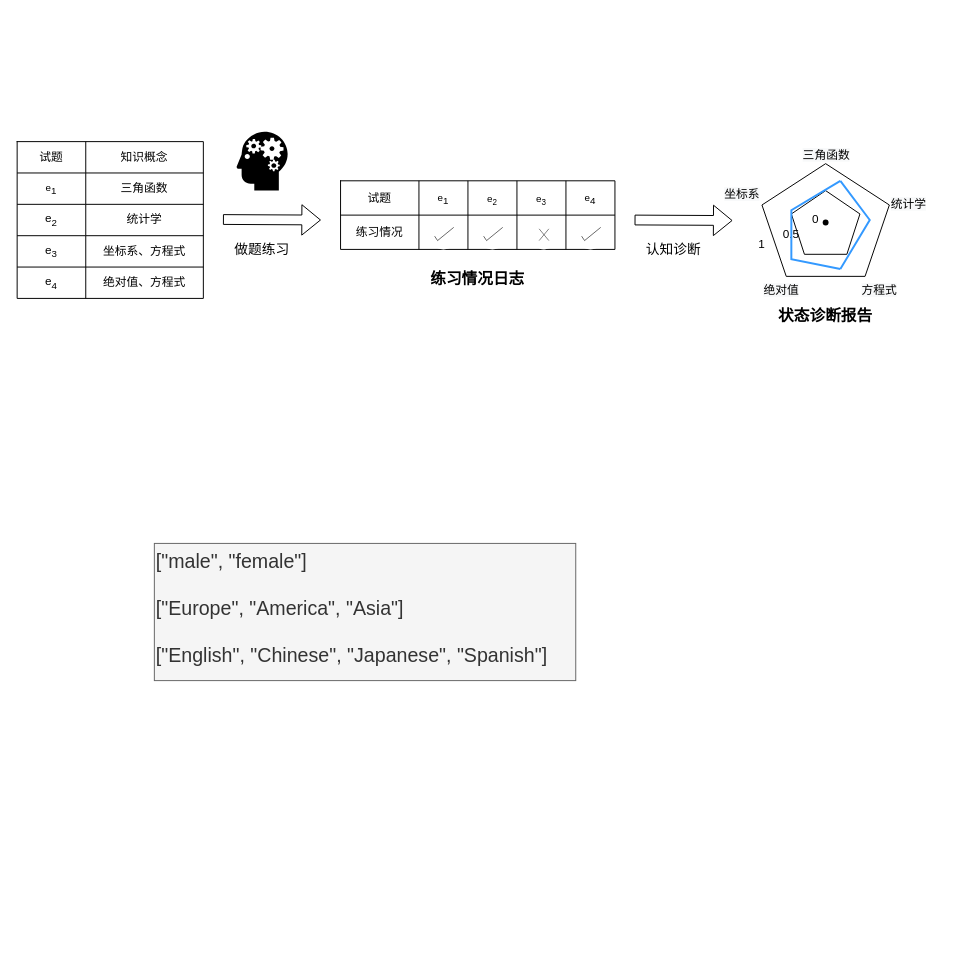
The draw.io diagram Untitled Diagram.drawio in 19170323/19170323.github.io, before the edit. Source tidied: cells renumbered, new cells numbered last; positions are measured from the earlier drawing's top-left corner, leaving out a move shared by most shapes. Both pictures are drawn from the tidied source at 98%, with x=0, y=0 at pixel (17, 24).
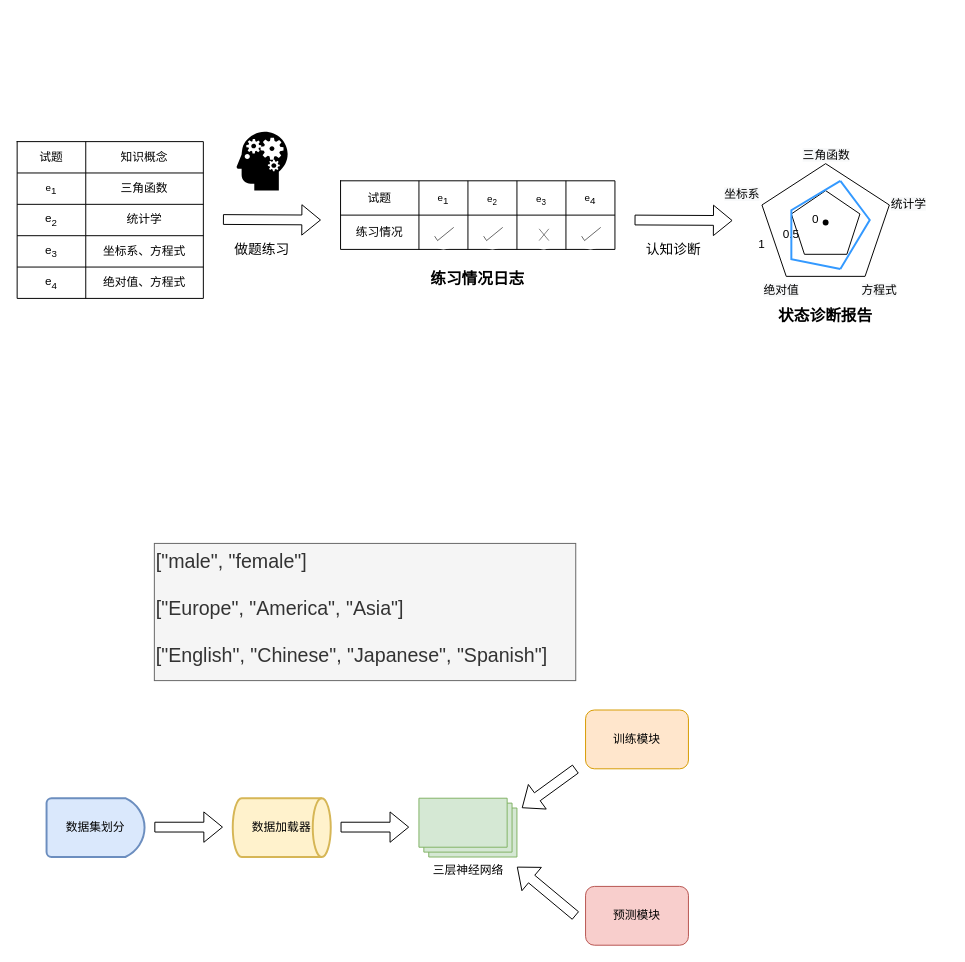
The same page after the edit.

Change to the diagram source:
```diff
@@
+    <mxCell id="57" value="数据集划分" style="strokeWidth=2;html=1;shape=mxgraph.flowchart.delay;whiteSpace=wrap;fillColor=#dae8fc;strokeColor=#6c8ebf;" parent="1" vertex="1">
+      <mxGeometry x="30" y="790" width="100" height="60" as="geometry" />
+    </mxCell>
+    <mxCell id="58" value="数据加载器" style="strokeWidth=2;html=1;shape=mxgraph.flowchart.direct_data;whiteSpace=wrap;fillColor=#fff2cc;strokeColor=#d6b656;" parent="1" vertex="1">
+      <mxGeometry x="220" y="790" width="100" height="60" as="geometry" />
+    </mxCell>
+    <mxCell id="59" style="shape=flexArrow;endArrow=classic;html=1;" parent="1" edge="1">
+      <mxGeometry relative="1" as="geometry">
+        <mxPoint x="140" y="819.5" as="sourcePoint" />
+        <mxPoint x="210" y="819.5" as="targetPoint" />
+      </mxGeometry>
+    </mxCell>
+    <mxCell id="60" value="三层神经网络" style="verticalLabelPosition=bottom;verticalAlign=top;html=1;shape=mxgraph.basic.layered_rect;dx=10;fillColor=#d5e8d4;strokeColor=#82b366;" parent="1" vertex="1">
+      <mxGeometry x="410" y="790" width="100" height="60" as="geometry" />
+    </mxCell>
+    <mxCell id="61" value="训练模块" style="rounded=1;whiteSpace=wrap;html=1;fillColor=#ffe6cc;strokeColor=#d79b00;" parent="1" vertex="1">
+      <mxGeometry x="580" y="700" width="105" height="60" as="geometry" />
+    </mxCell>
+    <mxCell id="62" value="预测模块" style="rounded=1;whiteSpace=wrap;html=1;fillColor=#f8cecc;strokeColor=#b85450;" parent="1" vertex="1">
+      <mxGeometry x="580" y="880" width="105" height="60" as="geometry" />
+    </mxCell>
+    <mxCell id="63" style="shape=flexArrow;endArrow=classic;html=1;" parent="1" edge="1">
+      <mxGeometry relative="1" as="geometry">
+        <mxPoint x="330" y="819.5" as="sourcePoint" />
+        <mxPoint x="400" y="819.5" as="targetPoint" />
+      </mxGeometry>
+    </mxCell>
+    <mxCell id="64" style="shape=flexArrow;endArrow=classic;html=1;" parent="1" edge="1">
+      <mxGeometry relative="1" as="geometry">
+        <mxPoint x="570" y="760" as="sourcePoint" />
+        <mxPoint x="515" y="800" as="targetPoint" />
+      </mxGeometry>
+    </mxCell>
+    <mxCell id="65" style="shape=flexArrow;endArrow=classic;html=1;" parent="1" edge="1">
+      <mxGeometry relative="1" as="geometry">
+        <mxPoint x="570" y="910" as="sourcePoint" />
+        <mxPoint x="510" y="860" as="targetPoint" />
+      </mxGeometry>
+    </mxCell>
```
